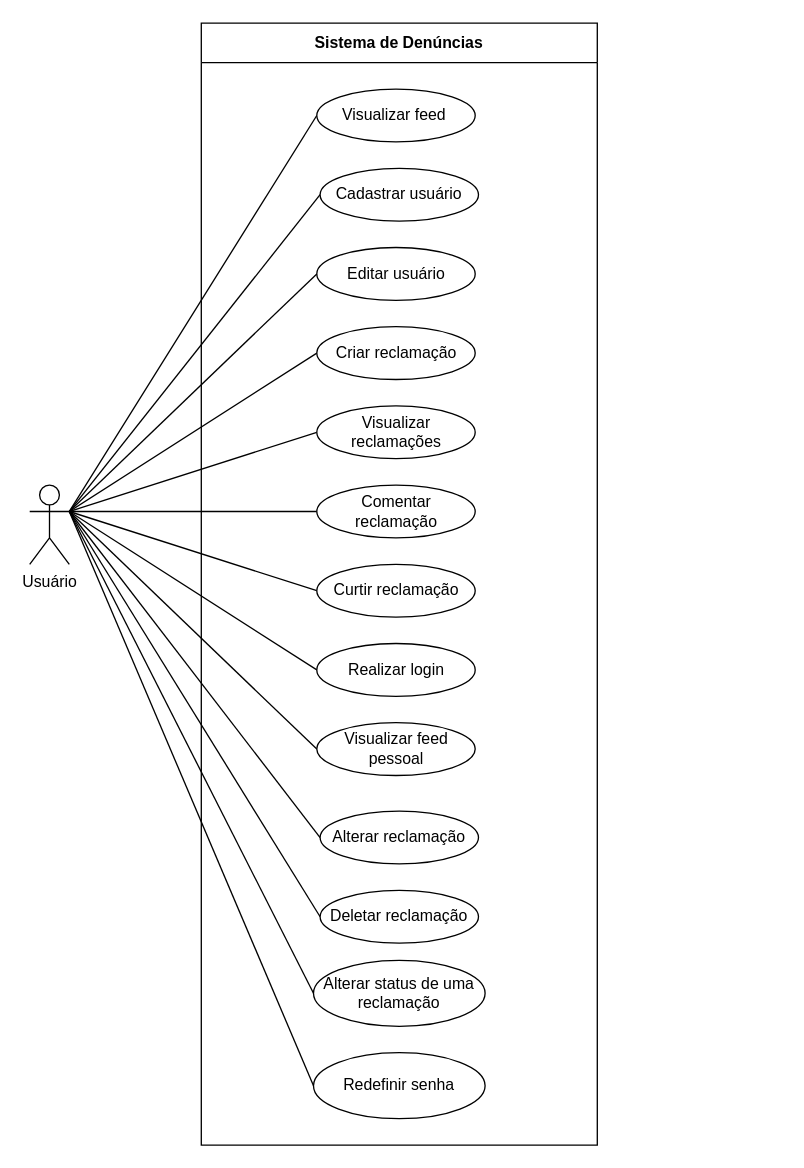
frsouzaa/Documentacao-TCC-NossaVia keeps this draw.io diagram as Documentação/Diagramas/Diagrama de Caso de Uso.drawio. Above is the earlier version. Source tidied: cells renumbered, new cells numbered last; positions are measured from the earlier drawing's top-left corner, leaving out a move shared by most shapes. Both pictures are drawn from the tidied source at 132%, with x=0, y=0 at pixel (29, 22).
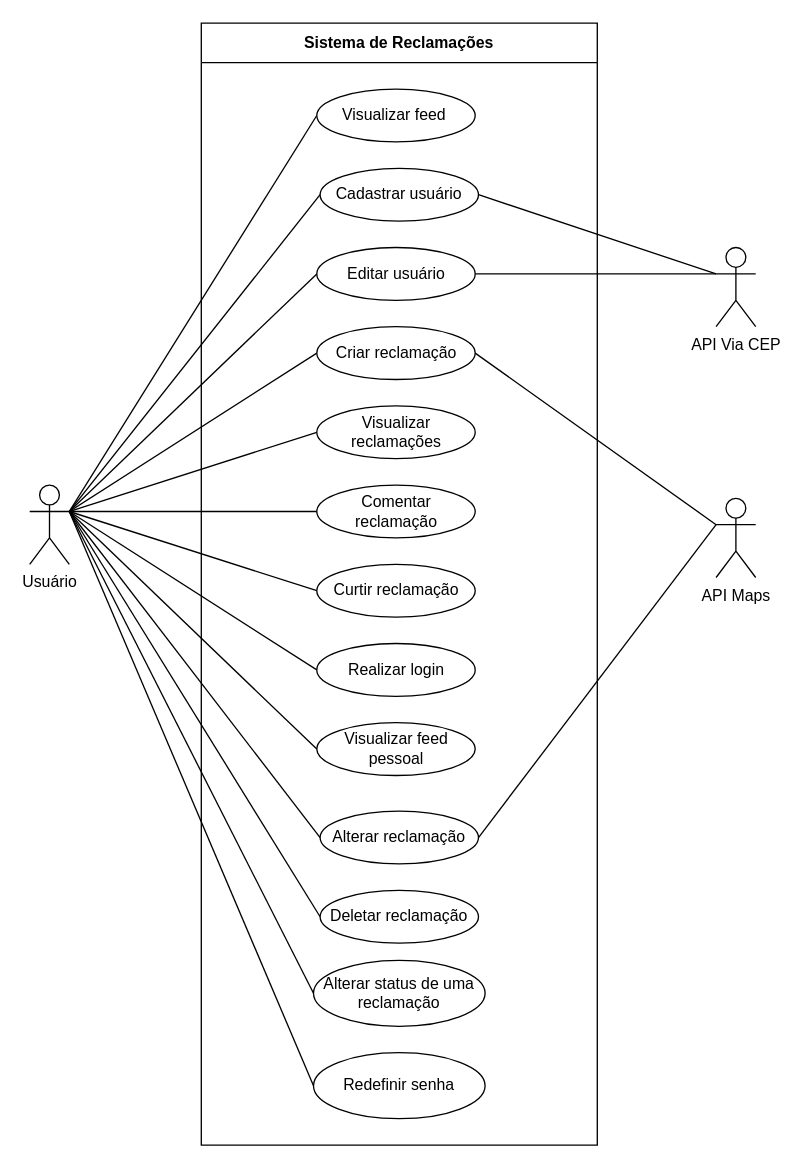
The same page after the edit.

Unchanged cells that the change refers to:
```xml
<mxCell id="16" value="Cadastrar usuário" style="ellipse;whiteSpace=wrap;html=1;align=center;" parent="14" vertex="1">
  <mxGeometry x="90" y="110" width="120" height="40" as="geometry" />
</mxCell>
<mxCell id="19" value="Alterar reclamação" style="ellipse;whiteSpace=wrap;html=1;align=center;" parent="14" vertex="1">
  <mxGeometry x="90" y="597" width="120" height="40" as="geometry" />
</mxCell>
<mxCell id="23" value="Editar usuário" style="ellipse;whiteSpace=wrap;html=1;align=center;" parent="14" vertex="1">
  <mxGeometry x="87.5" y="170" width="120" height="40" as="geometry" />
</mxCell>
<mxCell id="28" value="Criar reclamação" style="ellipse;whiteSpace=wrap;html=1;align=center;" parent="14" vertex="1">
  <mxGeometry x="87.5" y="230" width="120" height="40" as="geometry" />
</mxCell>
```

The edit, as a diff of the source:
```diff
@@
-    <mxCell id="14" value="Sistema de Denúncias" style="swimlane;whiteSpace=wrap;html=1;startSize=30;" parent="1" vertex="1">
+    <mxCell id="14" value="Sistema de Reclamações" style="swimlane;whiteSpace=wrap;html=1;startSize=30;" parent="1" vertex="1">
       <mxGeometry x="130" width="300" height="850" as="geometry" />
     </mxCell>
@@
+    <mxCell id="31" value="API Via CEP&lt;div&gt;&lt;br&gt;&lt;/div&gt;" style="shape=umlActor;verticalLabelPosition=bottom;verticalAlign=top;html=1;outlineConnect=0;" parent="1" vertex="1">
+      <mxGeometry x="520" y="170" width="30" height="60" as="geometry" />
+    </mxCell>
+    <mxCell id="32" style="rounded=0;jettySize=auto;html=1;exitX=1;exitY=0.5;exitDx=0;exitDy=0;entryX=0;entryY=0.3333333333333333;entryDx=0;entryDy=0;entryPerimeter=0;endArrow=none;endFill=0;" parent="1" edge="1" source="16" target="31">
+      <mxGeometry relative="1" as="geometry" />
+    </mxCell>
+    <mxCell id="33" style="rounded=0;jettySize=auto;html=1;exitX=1;exitY=0.5;exitDx=0;exitDy=0;entryX=0;entryY=0.3333333333333333;entryDx=0;entryDy=0;entryPerimeter=0;endArrow=none;endFill=0;" parent="1" edge="1" source="23" target="31">
+      <mxGeometry relative="1" as="geometry" />
+    </mxCell>
+    <mxCell id="34" value="API Maps&lt;div&gt;&lt;br&gt;&lt;/div&gt;" style="shape=umlActor;verticalLabelPosition=bottom;verticalAlign=top;html=1;outlineConnect=0;" parent="1" vertex="1">
+      <mxGeometry x="520" y="360" width="30" height="60" as="geometry" />
+    </mxCell>
+    <mxCell id="35" style="rounded=0;jettySize=auto;html=1;exitX=1;exitY=0.5;exitDx=0;exitDy=0;entryX=0;entryY=0.3333333333333333;entryDx=0;entryDy=0;entryPerimeter=0;endArrow=none;endFill=0;" parent="1" edge="1" source="28" target="34">
+      <mxGeometry relative="1" as="geometry" />
+    </mxCell>
+    <mxCell id="36" style="rounded=0;jettySize=auto;html=1;exitX=1;exitY=0.5;exitDx=0;exitDy=0;endArrow=none;endFill=0;" parent="1" edge="1" source="19">
+      <mxGeometry relative="1" as="geometry">
+        <mxPoint x="520" y="380" as="targetPoint" />
+      </mxGeometry>
+    </mxCell>
```
